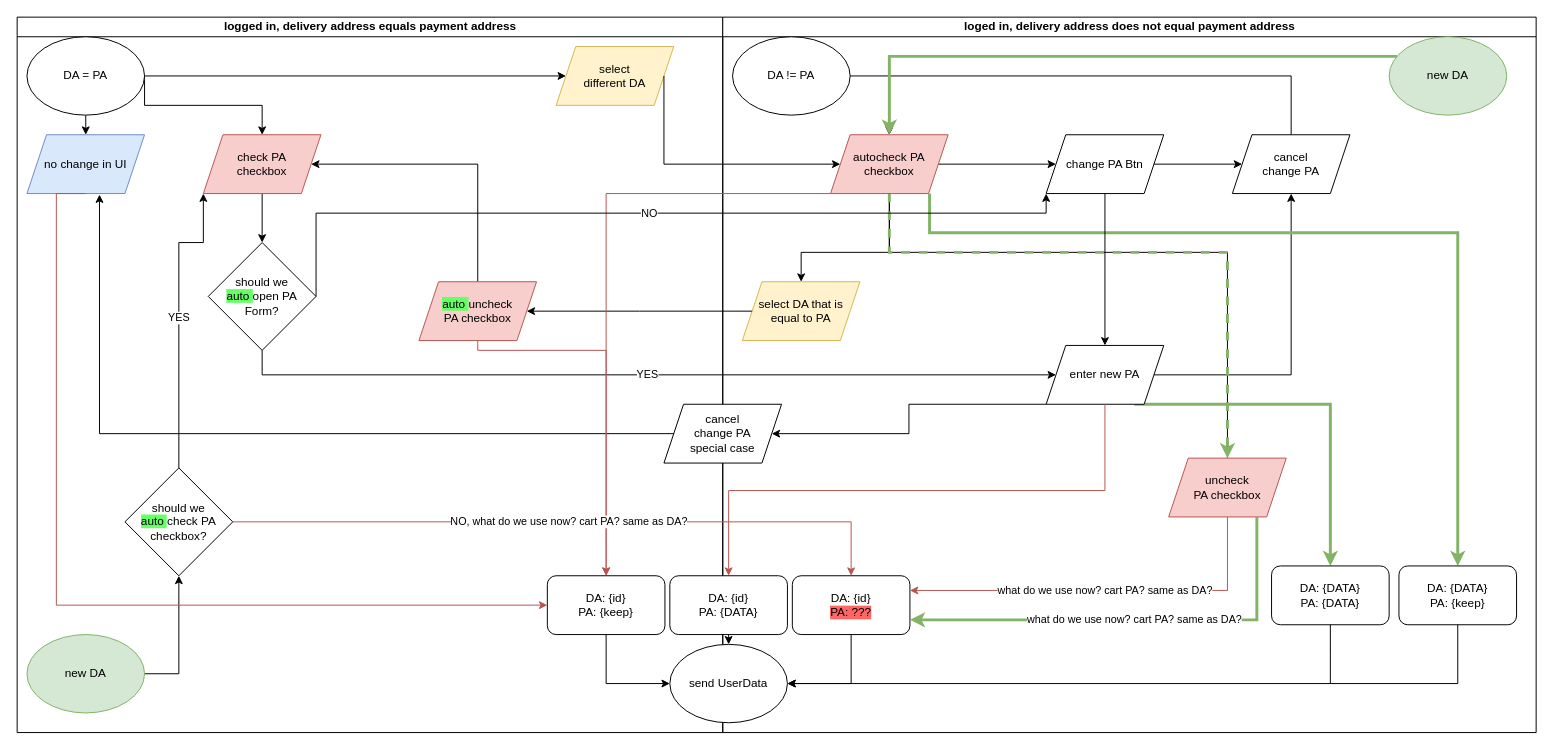
The draw.io diagram page "Page-3" (3 of 3) of Untitled Diagram.drawio in witnessthefitness/charts, before the edit. Source tidied: cells renumbered, new cells numbered last; positions are measured from the earlier drawing's top-left corner, leaving out a move shared by most shapes. Both pictures are drawn from the tidied source at 98%, with x=0, y=0 at pixel (17, 17).
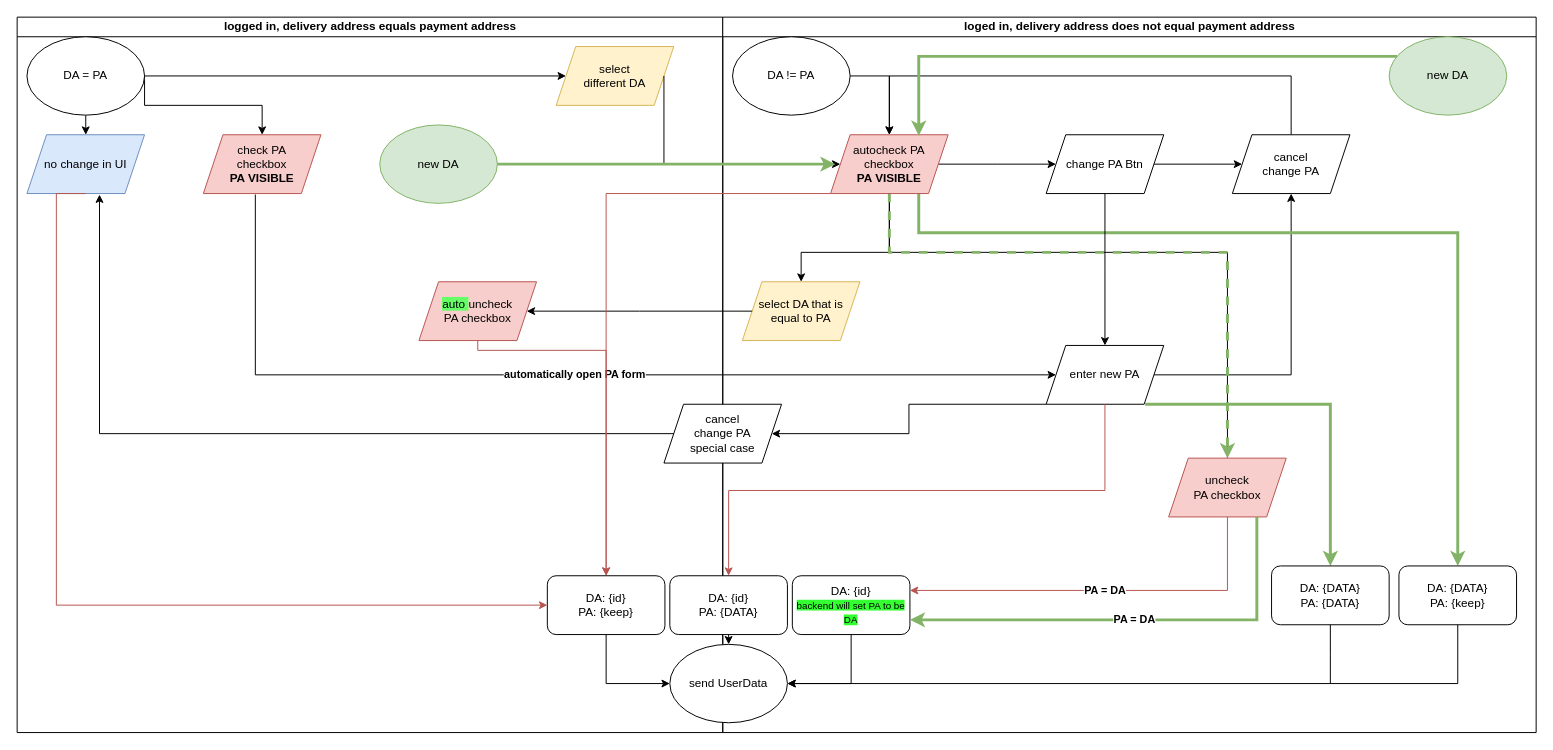
The same diagram, later.

Unchanged cells that the change refers to:
```xml
<mxCell id="2" value="logged in, delivery address equals payment address" style="swimlane;html=1;startSize=20;swimlaneLine=1;" parent="1" vertex="1">
  <mxGeometry width="720" height="730" as="geometry" />
</mxCell>
<mxCell id="10" value="&lt;div&gt;&lt;span style=&quot;background-color: rgb(102 , 255 , 102)&quot;&gt;auto &lt;/span&gt;uncheck &lt;br&gt;&lt;/div&gt;&lt;div&gt;PA checkbox&lt;/div&gt;" style="shape=parallelogram;perimeter=parallelogramPerimeter;whiteSpace=wrap;html=1;fixedSize=1;fillColor=#f8cecc;strokeColor=#b85450;" parent="2" vertex="1">
  <mxGeometry x="410" y="270" width="120" height="60" as="geometry" />
</mxCell>
<mxCell id="19" value="loged in, delivery address does not equal payment address" style="swimlane;html=1;startSize=20;" parent="1" vertex="1">
  <mxGeometry x="720" width="830" height="730" as="geometry" />
</mxCell>
<mxCell id="24" value="enter new PA" style="shape=parallelogram;perimeter=parallelogramPerimeter;whiteSpace=wrap;html=1;fixedSize=1;" parent="19" vertex="1">
  <mxGeometry x="330" y="335" width="120" height="60" as="geometry" />
</mxCell>
<mxCell id="32" value="change PA Btn" style="shape=parallelogram;perimeter=parallelogramPerimeter;whiteSpace=wrap;html=1;fixedSize=1;" parent="19" vertex="1">
  <mxGeometry x="330" y="120" width="120" height="60" as="geometry" />
</mxCell>
<mxCell id="39" value="&lt;div&gt;&lt;span style=&quot;background-color: rgb(102 , 255 , 102)&quot;&gt;&lt;/span&gt;uncheck &lt;br&gt;&lt;/div&gt;&lt;div&gt;PA checkbox&lt;/div&gt;" style="shape=parallelogram;perimeter=parallelogramPerimeter;whiteSpace=wrap;html=1;fixedSize=1;fillColor=#f8cecc;strokeColor=#b85450;" parent="19" vertex="1">
  <mxGeometry x="455" y="450" width="120" height="60" as="geometry" />
</mxCell>
<mxCell id="40" value="&lt;div&gt;&lt;font style=&quot;font-size: 12px&quot;&gt;&lt;font style=&quot;font-size: 12px&quot;&gt;DA: {DATA}&lt;/font&gt;&lt;/font&gt;&lt;/div&gt;&lt;div&gt;&lt;font style=&quot;font-size: 12px&quot;&gt;&lt;font style=&quot;font-size: 12px&quot;&gt;PA: {DATA}&lt;br&gt;&lt;/font&gt;&lt;/font&gt;&lt;/div&gt;" style="rounded=1;whiteSpace=wrap;html=1;" parent="19" vertex="1">
  <mxGeometry x="560" y="560" width="120" height="60" as="geometry" />
</mxCell>
<mxCell id="41" value="&lt;div&gt;&lt;font style=&quot;font-size: 12px&quot;&gt;&lt;font style=&quot;font-size: 12px&quot;&gt;DA: {DATA}&lt;/font&gt;&lt;/font&gt;&lt;/div&gt;&lt;div&gt;&lt;font style=&quot;font-size: 12px&quot;&gt;&lt;font style=&quot;font-size: 12px&quot;&gt;PA: {keep}&lt;br&gt;&lt;/font&gt;&lt;/font&gt;&lt;/div&gt;" style="rounded=1;whiteSpace=wrap;html=1;" parent="19" vertex="1">
  <mxGeometry x="690" y="560" width="120" height="60" as="geometry" />
</mxCell>
<mxCell id="59" value="new DA" style="ellipse;whiteSpace=wrap;html=1;fillColor=#d5e8d4;strokeColor=#82b366;" parent="1" vertex="1">
  <mxGeometry x="1400" y="20" width="120" height="80" as="geometry" />
</mxCell>
```

Diff of the diagram source:
```diff
@@
-    <mxCell id="4" style="edgeStyle=orthogonalEdgeStyle;rounded=0;jettySize=auto;html=1;exitX=0.5;exitY=1;exitDx=0;exitDy=0;entryX=0.5;entryY=0;entryDx=0;entryDy=0;" parent="2" edge="1" source="5" target="7">
-      <mxGeometry relative="1" as="geometry" />
-    </mxCell>
-    <mxCell id="5" value="&lt;div&gt;check PA&lt;/div&gt;&lt;div&gt; checkbox&lt;/div&gt;" style="shape=parallelogram;perimeter=parallelogramPerimeter;whiteSpace=wrap;html=1;fixedSize=1;fillColor=#f8cecc;strokeColor=#b85450;" parent="2" vertex="1">
+    <mxCell id="5" value="&lt;div&gt;check PA&lt;/div&gt;&lt;div&gt; checkbox&lt;/div&gt;&lt;div&gt;&lt;b&gt;PA VISIBLE&lt;/b&gt;&lt;/div&gt;" style="shape=parallelogram;perimeter=parallelogramPerimeter;whiteSpace=wrap;html=1;fixedSize=1;fillColor=#f8cecc;strokeColor=#b85450;" parent="2" vertex="1">
       <mxGeometry x="190" y="120" width="120" height="60" as="geometry" />
     </mxCell>
@@
-    <mxCell id="7" value="&lt;div&gt;should we &lt;br&gt;&lt;/div&gt;&lt;div&gt;&lt;span style=&quot;background-color: rgb(102 , 255 , 102)&quot;&gt;auto &lt;/span&gt;open PA&lt;/div&gt;&lt;div&gt;Form?&lt;br&gt;&lt;/div&gt;" style="rhombus;whiteSpace=wrap;html=1;" parent="2" vertex="1">
-      <mxGeometry x="195" y="230" width="110" height="110" as="geometry" />
-    </mxCell>
@@
-    <mxCell id="9" style="edgeStyle=elbowEdgeStyle;rounded=0;jettySize=auto;elbow=vertical;html=1;entryX=1;entryY=0.5;entryDx=0;entryDy=0;endArrow=classic;endFill=1;" parent="2" edge="1" source="10" target="5">
-      <mxGeometry relative="1" as="geometry">
-        <Array as="points">
-          <mxPoint x="400" y="150" />
-          <mxPoint x="400" y="240" />
-        </Array>
-      </mxGeometry>
-    </mxCell>
@@
-    <mxCell id="15" style="edgeStyle=elbowEdgeStyle;rounded=0;jettySize=auto;elbow=vertical;html=1;entryX=0.5;entryY=1;entryDx=0;entryDy=0;endArrow=classic;endFill=1;exitX=1;exitY=0.5;exitDx=0;exitDy=0;" parent="2" edge="1" source="16" target="18">
-      <mxGeometry relative="1" as="geometry">
-        <Array as="points">
-          <mxPoint x="190" y="670" />
-        </Array>
-      </mxGeometry>
-    </mxCell>
     <mxCell id="16" value="new DA" style="ellipse;whiteSpace=wrap;html=1;fillColor=#d5e8d4;strokeColor=#82b366;" parent="2" vertex="1">
-      <mxGeometry x="10" y="630" width="120" height="80" as="geometry" />
+      <mxGeometry x="370" y="110" width="120" height="80" as="geometry" />
     </mxCell>
-    <mxCell id="17" value="YES" style="edgeStyle=elbowEdgeStyle;rounded=0;jettySize=auto;elbow=vertical;html=1;entryX=0;entryY=1;entryDx=0;entryDy=0;endArrow=classic;endFill=1;exitX=0.5;exitY=0;exitDx=0;exitDy=0;" parent="2" edge="1" source="18" target="5">
-      <mxGeometry relative="1" as="geometry">
-        <Array as="points">
-          <mxPoint x="140" y="230" />
-          <mxPoint x="140" y="305" />
-        </Array>
-      </mxGeometry>
-    </mxCell>
-    <mxCell id="18" value="&lt;div&gt;should we &lt;br&gt;&lt;/div&gt;&lt;div&gt;&lt;span style=&quot;background-color: rgb(102 , 255 , 102)&quot;&gt;auto &lt;/span&gt;check PA&lt;/div&gt;&lt;div&gt;checkbox?&lt;br&gt;&lt;/div&gt;" style="rhombus;whiteSpace=wrap;html=1;" parent="2" vertex="1">
-      <mxGeometry x="110" y="460" width="110" height="110" as="geometry" />
-    </mxCell>
@@
-    <mxCell id="23" style="edgeStyle=elbowEdgeStyle;rounded=0;jettySize=auto;elbow=vertical;html=1;exitX=0.75;exitY=1;exitDx=0;exitDy=0;entryX=0.5;entryY=0;entryDx=0;entryDy=0;endArrow=classic;endFill=1;strokeWidth=3;fillColor=#d5e8d4;strokeColor=#82b366;" parent="19" edge="1" source="24" target="40">
+    <mxCell id="23" style="edgeStyle=elbowEdgeStyle;rounded=0;jettySize=auto;elbow=vertical;html=1;exitX=0.842;exitY=1;exitDx=0;exitDy=0;entryX=0.5;entryY=0;entryDx=0;entryDy=0;endArrow=classic;endFill=1;strokeWidth=3;fillColor=#d5e8d4;strokeColor=#82b366;exitPerimeter=0;" parent="19" edge="1" source="24" target="40">
       <mxGeometry relative="1" as="geometry">
         <Array as="points">
           <mxPoint x="580" y="395" />
         </Array>
       </mxGeometry>
     </mxCell>
@@
-    <mxCell id="28" style="edgeStyle=elbowEdgeStyle;rounded=0;jettySize=auto;elbow=vertical;html=1;entryX=0.5;entryY=0;entryDx=0;entryDy=0;endArrow=classic;endFill=1;strokeWidth=3;fillColor=#d5e8d4;strokeColor=#82b366;exitX=0.842;exitY=1;exitDx=0;exitDy=0;exitPerimeter=0;" parent="19" edge="1" source="30" target="41">
+    <mxCell id="28" style="edgeStyle=elbowEdgeStyle;rounded=0;jettySize=auto;elbow=vertical;html=1;entryX=0.5;entryY=0;entryDx=0;entryDy=0;endArrow=classic;endFill=1;strokeWidth=3;fillColor=#d5e8d4;strokeColor=#82b366;exitX=0.75;exitY=1;exitDx=0;exitDy=0;" parent="19" edge="1" source="30" target="41">
       <mxGeometry relative="1" as="geometry">
         <Array as="points">
           <mxPoint x="430" y="220" />
         </Array>
       </mxGeometry>
     </mxCell>
@@
-    <mxCell id="30" value="&lt;div&gt;autocheck PA&lt;/div&gt;&lt;div&gt;checkbox&lt;br&gt;&lt;/div&gt;" style="shape=parallelogram;perimeter=parallelogramPerimeter;whiteSpace=wrap;html=1;fixedSize=1;fillColor=#f8cecc;strokeColor=#b85450;" parent="19" vertex="1">
+    <mxCell id="30" value="&lt;div&gt;autocheck PA&lt;/div&gt;&lt;div&gt;checkbox&lt;br&gt;&lt;/div&gt;&lt;b&gt;PA VISIBLE&lt;/b&gt;" style="shape=parallelogram;perimeter=parallelogramPerimeter;whiteSpace=wrap;html=1;fixedSize=1;fillColor=#f8cecc;strokeColor=#b85450;" parent="19" vertex="1">
       <mxGeometry x="110" y="120" width="120" height="60" as="geometry" />
     </mxCell>
@@
-    <mxCell id="44" value="YES" style="edgeStyle=elbowEdgeStyle;rounded=0;jettySize=auto;elbow=vertical;html=1;entryX=0;entryY=0.5;entryDx=0;entryDy=0;endArrow=classic;endFill=1;" parent="1" edge="1" source="7" target="24">
-      <mxGeometry relative="1" as="geometry">
+    <mxCell id="44" value="&lt;b&gt;automatically open PA form&lt;br&gt;&lt;/b&gt;" style="edgeStyle=elbowEdgeStyle;rounded=0;jettySize=auto;elbow=vertical;html=1;entryX=0;entryY=0.5;entryDx=0;entryDy=0;endArrow=classic;endFill=1;exitX=0.442;exitY=1.017;exitDx=0;exitDy=0;exitPerimeter=0;" parent="1" edge="1" source="5" target="24">
+      <mxGeometry x="0.02" relative="1" as="geometry">
         <Array as="points">
           <mxPoint x="650" y="365" />
         </Array>
       </mxGeometry>
     </mxCell>
@@
-    <mxCell id="51" value="&lt;div&gt;&lt;font style=&quot;font-size: 12px&quot;&gt;&lt;font style=&quot;font-size: 12px&quot;&gt;DA: {id}&lt;/font&gt;&lt;/font&gt;&lt;/div&gt;&lt;div&gt;&lt;font style=&quot;font-size: 12px&quot;&gt;&lt;font style=&quot;font-size: 12px&quot;&gt;&lt;span style=&quot;background-color: rgb(255 , 102 , 102)&quot;&gt;PA: ???&lt;/span&gt;&lt;br&gt;&lt;/font&gt;&lt;/font&gt;&lt;/div&gt;" style="rounded=1;whiteSpace=wrap;html=1;" parent="1" vertex="1">
+    <mxCell id="51" value="&lt;div&gt;&lt;font style=&quot;font-size: 12px&quot;&gt;&lt;font style=&quot;font-size: 12px&quot;&gt;DA: {id}&lt;/font&gt;&lt;/font&gt;&lt;/div&gt;&lt;font size=&quot;1&quot;&gt;&lt;span style=&quot;background-color: rgb(51 , 255 , 51)&quot;&gt;backend will set PA to be DA&lt;/span&gt;&lt;/font&gt;" style="rounded=1;whiteSpace=wrap;html=1;" parent="1" vertex="1">
       <mxGeometry x="791" y="570" width="120" height="60" as="geometry" />
     </mxCell>
@@
-    <mxCell id="56" value="what do we use now? cart PA? same as DA?" style="edgeStyle=elbowEdgeStyle;rounded=0;jettySize=auto;elbow=vertical;html=1;entryX=1;entryY=0.25;entryDx=0;entryDy=0;endArrow=classic;endFill=1;exitX=0.5;exitY=1;exitDx=0;exitDy=0;fillColor=#f8cecc;strokeColor=#b85450;" parent="1" edge="1" source="39" target="51">
+    <mxCell id="56" value="&lt;b&gt;PA = DA&lt;/b&gt;" style="edgeStyle=elbowEdgeStyle;rounded=0;jettySize=auto;elbow=vertical;html=1;entryX=1;entryY=0.25;entryDx=0;entryDy=0;endArrow=classic;endFill=1;exitX=0.5;exitY=1;exitDx=0;exitDy=0;fillColor=#f8cecc;strokeColor=#b85450;" parent="1" edge="1" source="39" target="51">
       <mxGeometry relative="1" as="geometry">
         <Array as="points">
           <mxPoint x="980" y="585" />
           <mxPoint x="1080" y="600" />
         </Array>
       </mxGeometry>
     </mxCell>
@@
-    <mxCell id="58" style="edgeStyle=elbowEdgeStyle;rounded=0;jettySize=auto;elbow=vertical;html=1;endArrow=classic;endFill=1;fillColor=#d5e8d4;strokeColor=#82b366;strokeWidth=3;" parent="1" edge="1" source="59" target="30">
+    <mxCell id="58" style="edgeStyle=elbowEdgeStyle;rounded=0;jettySize=auto;elbow=vertical;html=1;endArrow=classic;endFill=1;fillColor=#d5e8d4;strokeColor=#82b366;strokeWidth=3;entryX=0.75;entryY=0.017;entryDx=0;entryDy=0;entryPerimeter=0;" parent="1" edge="1" source="59" target="30">
       <mxGeometry relative="1" as="geometry">
         <Array as="points">
+          <mxPoint x="910" y="40" />
           <mxPoint x="1340" y="40" />
           <mxPoint x="1090" y="90" />
         </Array>
       </mxGeometry>
     </mxCell>
@@
-    <mxCell id="60" value="NO, what do we use now? cart PA? same as DA?" style="edgeStyle=elbowEdgeStyle;rounded=0;jettySize=auto;elbow=vertical;html=1;entryX=0.5;entryY=0;entryDx=0;entryDy=0;endArrow=classic;endFill=1;fillColor=#f8cecc;strokeColor=#b85450;labelPosition=center;verticalLabelPosition=middle;align=center;verticalAlign=middle;" parent="1" edge="1" source="18" target="51">
-      <mxGeometry relative="1" as="geometry">
-        <Array as="points">
-          <mxPoint x="840" y="515" />
-        </Array>
-      </mxGeometry>
-    </mxCell>
-    <mxCell id="61" value="NO" style="edgeStyle=elbowEdgeStyle;rounded=0;jettySize=auto;elbow=vertical;html=1;entryX=0;entryY=1;entryDx=0;entryDy=0;endArrow=classic;endFill=1;exitX=1;exitY=0.5;exitDx=0;exitDy=0;" parent="1" edge="1" source="7" target="32">
-      <mxGeometry relative="1" as="geometry">
-        <Array as="points">
-          <mxPoint x="680" y="200" />
-        </Array>
-      </mxGeometry>
-    </mxCell>
@@
-    <mxCell id="64" value="what do we use now? cart PA? same as DA?" style="edgeStyle=elbowEdgeStyle;rounded=0;jettySize=auto;elbow=vertical;html=1;exitX=0.75;exitY=1;exitDx=0;exitDy=0;entryX=1;entryY=0.75;entryDx=0;entryDy=0;endArrow=classic;endFill=1;strokeWidth=3;fillColor=#d5e8d4;strokeColor=#82b366;" parent="1" edge="1" source="39" target="51">
+    <mxCell id="64" value="&lt;b&gt;PA = DA&lt;/b&gt;" style="edgeStyle=elbowEdgeStyle;rounded=0;jettySize=auto;elbow=vertical;html=1;exitX=0.75;exitY=1;exitDx=0;exitDy=0;entryX=1;entryY=0.75;entryDx=0;entryDy=0;endArrow=classic;endFill=1;strokeWidth=3;fillColor=#d5e8d4;strokeColor=#82b366;" parent="1" edge="1" source="39" target="51">
       <mxGeometry relative="1" as="geometry">
         <Array as="points">
           <mxPoint x="1010" y="615" />
           <mxPoint x="1010" y="600" />
           <mxPoint x="1080" y="610" />
         </Array>
       </mxGeometry>
     </mxCell>
+    <mxCell id="15" style="edgeStyle=elbowEdgeStyle;rounded=0;jettySize=auto;elbow=vertical;html=1;endArrow=classic;endFill=1;exitX=1;exitY=0.5;exitDx=0;exitDy=0;fillColor=#d5e8d4;strokeColor=#82b366;strokeWidth=3;" parent="1" edge="1" source="16">
+      <mxGeometry relative="1" as="geometry">
+        <mxPoint x="835" y="150" as="targetPoint" />
+        <Array as="points">
+          <mxPoint x="570" y="150" />
+          <mxPoint x="350" y="164" />
+          <mxPoint x="190" y="670" />
+        </Array>
+      </mxGeometry>
+    </mxCell>
```
